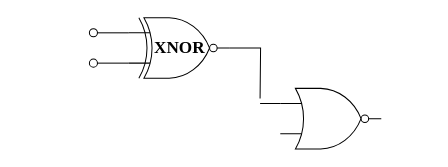
This is ready.drawio from w1213ph/draw.io, a draw.io file, before an edit. Source tidied: cells renumbered, new cells numbered last; positions are measured from the earlier drawing's top-left corner, leaving out a move shared by most shapes. Both pictures are drawn from the tidied source at 101%, with x=0, y=0 at pixel (88, 17).
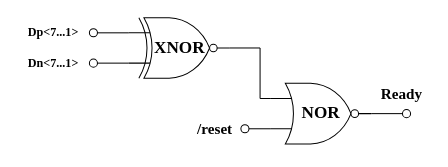
Above is the later version.

The change refers to these unchanged cells:
```xml
<mxCell id="4" style="verticalLabelPosition=bottom;shadow=0;dashed=0;align=center;html=1;verticalAlign=top;shape=mxgraph.electrical.logic_gates.logic_gate;operation=xor;negating=1;negSize=0.15;" parent="1" vertex="1">
  <mxGeometry x="40" width="100" height="60" as="geometry" />
</mxCell>
```

Change to the diagram source:
```diff
@@
-    <mxCell id="3" style="edgeStyle=orthogonalEdgeStyle;rounded=0;jettySize=auto;html=1;exitX=1;exitY=0.5;exitDx=0;exitDy=0;exitPerimeter=0;endArrow=none;endFill=0;" parent="1" edge="1" source="4">
-      <mxGeometry relative="1" as="geometry">
-        <mxPoint x="170" y="80" as="targetPoint" />
-      </mxGeometry>
-    </mxCell>
@@
     <mxCell id="5" style="verticalLabelPosition=bottom;shadow=0;dashed=0;align=center;html=1;verticalAlign=top;shape=mxgraph.electrical.logic_gates.logic_gate;operation=or;negating=1;negSize=0.15;" parent="1" vertex="1">
-      <mxGeometry x="190" y="70" width="100" height="60" as="geometry" />
+      <mxGeometry x="180" y="65" width="100" height="60" as="geometry" />
     </mxCell>
@@
     <mxCell id="10" style="endArrow=none;html=1;rounded=0;entryX=0;entryY=0.25;entryDx=0;entryDy=0;entryPerimeter=0;" parent="1" edge="1" target="5">
       <mxGeometry relative="1" as="geometry">
-        <mxPoint x="170" y="85" as="sourcePoint" />
+        <mxPoint x="170" y="80" as="sourcePoint" />
       </mxGeometry>
     </mxCell>
+    <mxCell id="11" style="endArrow=none;html=1;rounded=0;exitX=1;exitY=0.5;exitDx=0;exitDy=0;exitPerimeter=0;" parent="1" edge="1" source="4">
+      <mxGeometry relative="1" as="geometry">
+        <mxPoint x="170" y="30" as="targetPoint" />
+      </mxGeometry>
+    </mxCell>
+    <mxCell id="12" style="endArrow=none;html=1;rounded=0;" parent="1" edge="1">
+      <mxGeometry relative="1" as="geometry">
+        <mxPoint x="170" y="80" as="sourcePoint" />
+        <mxPoint x="170" y="30" as="targetPoint" />
+      </mxGeometry>
+    </mxCell>
+    <mxCell id="13" value="NOR" style="text;html=1;align=center;verticalAlign=middle;strokeColor=none;fillColor=none;fontFamily=Times New Roman;fontSize=17;fontStyle=1;" parent="1" vertex="1">
+      <mxGeometry x="200" y="80" width="60" height="30" as="geometry" />
+    </mxCell>
+    <mxCell id="14" style="verticalLabelPosition=bottom;shadow=0;dashed=0;align=center;html=1;verticalAlign=top;shape=mxgraph.electrical.logic_gates.inverting_contact;" parent="1" vertex="1">
+      <mxGeometry x="150" y="105" width="10" height="10" as="geometry" />
+    </mxCell>
+    <mxCell id="15" style="edgeStyle=orthogonalEdgeStyle;rounded=0;jettySize=auto;html=1;exitX=0;exitY=0.75;exitDx=0;exitDy=0;exitPerimeter=0;entryX=0.9;entryY=0.5;entryDx=0;entryDy=0;entryPerimeter=0;endArrow=none;endFill=0;" parent="1" edge="1" source="5" target="14">
+      <mxGeometry relative="1" as="geometry" />
+    </mxCell>
+    <mxCell id="16" value="Dp&amp;lt;7...1&amp;gt;" style="text;html=1;align=center;verticalAlign=middle;strokeColor=none;fillColor=none;fontFamily=Times New Roman;fontStyle=1;" parent="1" vertex="1">
+      <mxGeometry x="-70" width="70" height="30" as="geometry" />
+    </mxCell>
+    <mxCell id="17" value="Dn&amp;lt;7...1&amp;gt;" style="text;html=1;align=center;verticalAlign=middle;strokeColor=none;fillColor=none;fontFamily=Times New Roman;fontStyle=1;" parent="1" vertex="1">
+      <mxGeometry x="-70" y="30" width="70" height="30" as="geometry" />
+    </mxCell>
+    <mxCell id="18" value="/reset" style="text;html=1;align=center;verticalAlign=middle;strokeColor=none;fillColor=none;fontFamily=Times New Roman;fontStyle=1;fontSize=15;" parent="1" vertex="1">
+      <mxGeometry x="95" y="95" width="60" height="30" as="geometry" />
+    </mxCell>
+    <mxCell id="19" style="verticalLabelPosition=bottom;shadow=0;dashed=0;align=center;html=1;verticalAlign=top;shape=mxgraph.electrical.logic_gates.inverting_contact;" parent="1" vertex="1">
+      <mxGeometry x="310" y="90" width="10" height="10" as="geometry" />
+    </mxCell>
+    <mxCell id="20" style="edgeStyle=orthogonalEdgeStyle;rounded=0;jettySize=auto;html=1;exitX=1;exitY=0.5;exitDx=0;exitDy=0;exitPerimeter=0;entryX=0.1;entryY=0.5;entryDx=0;entryDy=0;entryPerimeter=0;endArrow=none;endFill=0;" parent="1" edge="1" source="5" target="19">
+      <mxGeometry relative="1" as="geometry" />
+    </mxCell>
+    <mxCell id="21" value="Ready" style="text;html=1;align=center;verticalAlign=middle;strokeColor=none;fillColor=none;fontFamily=Times New Roman;fontStyle=1;fontSize=15;" parent="1" vertex="1">
+      <mxGeometry x="280" y="60" width="60" height="30" as="geometry" />
+    </mxCell>
```
